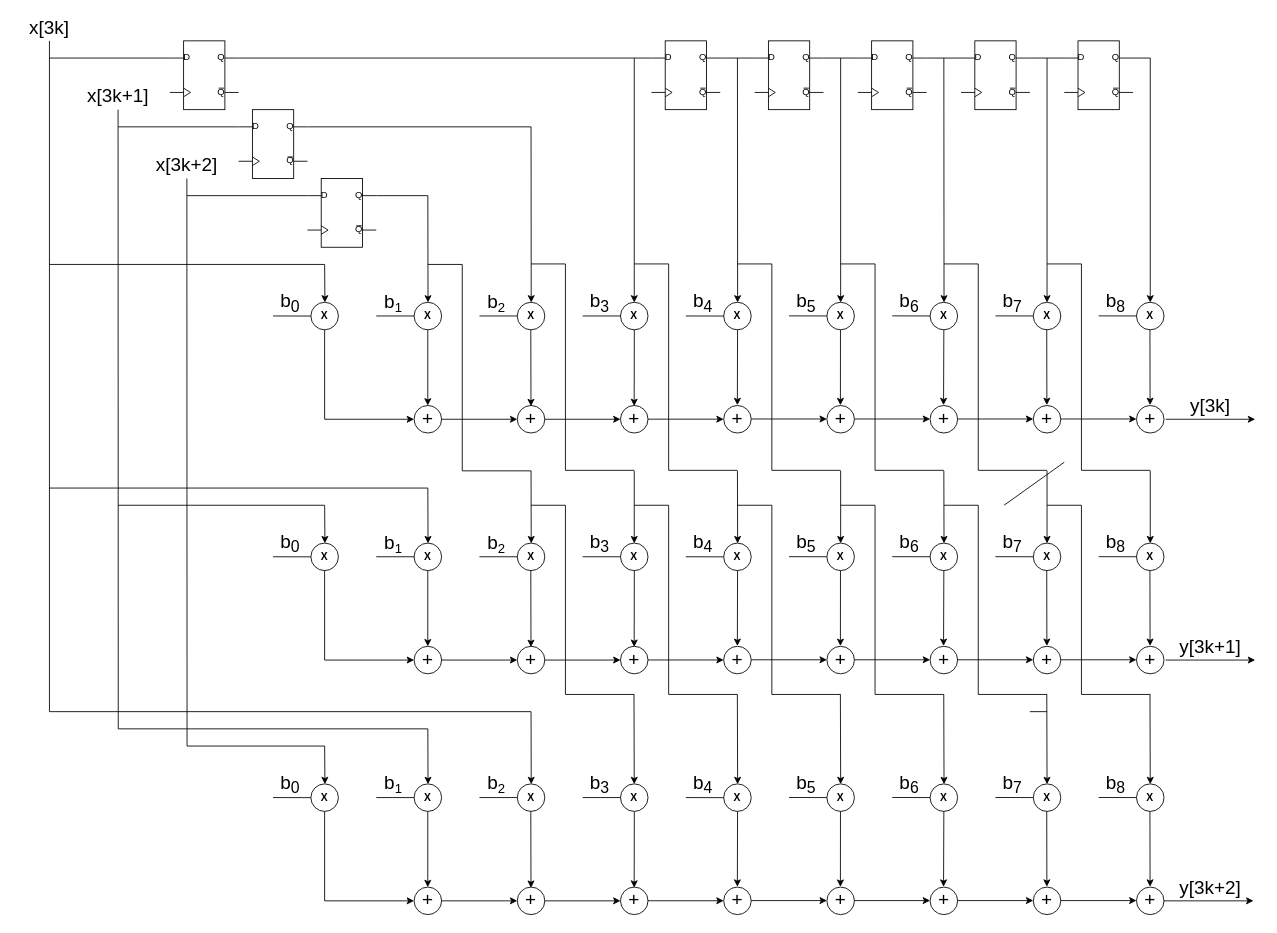
The draw.io diagram page "Fir unfolded" (2 of 2) of LAB1/fir_filter.drawio in notogp/Labs_ISA_Group26, before the edit. Source tidied: cells renumbered, new cells numbered last; positions are measured from the earlier drawing's top-left corner, leaving out a move shared by most shapes. Both pictures are drawn from the tidied source at 86%, with x=0, y=0 at pixel (15, 15).
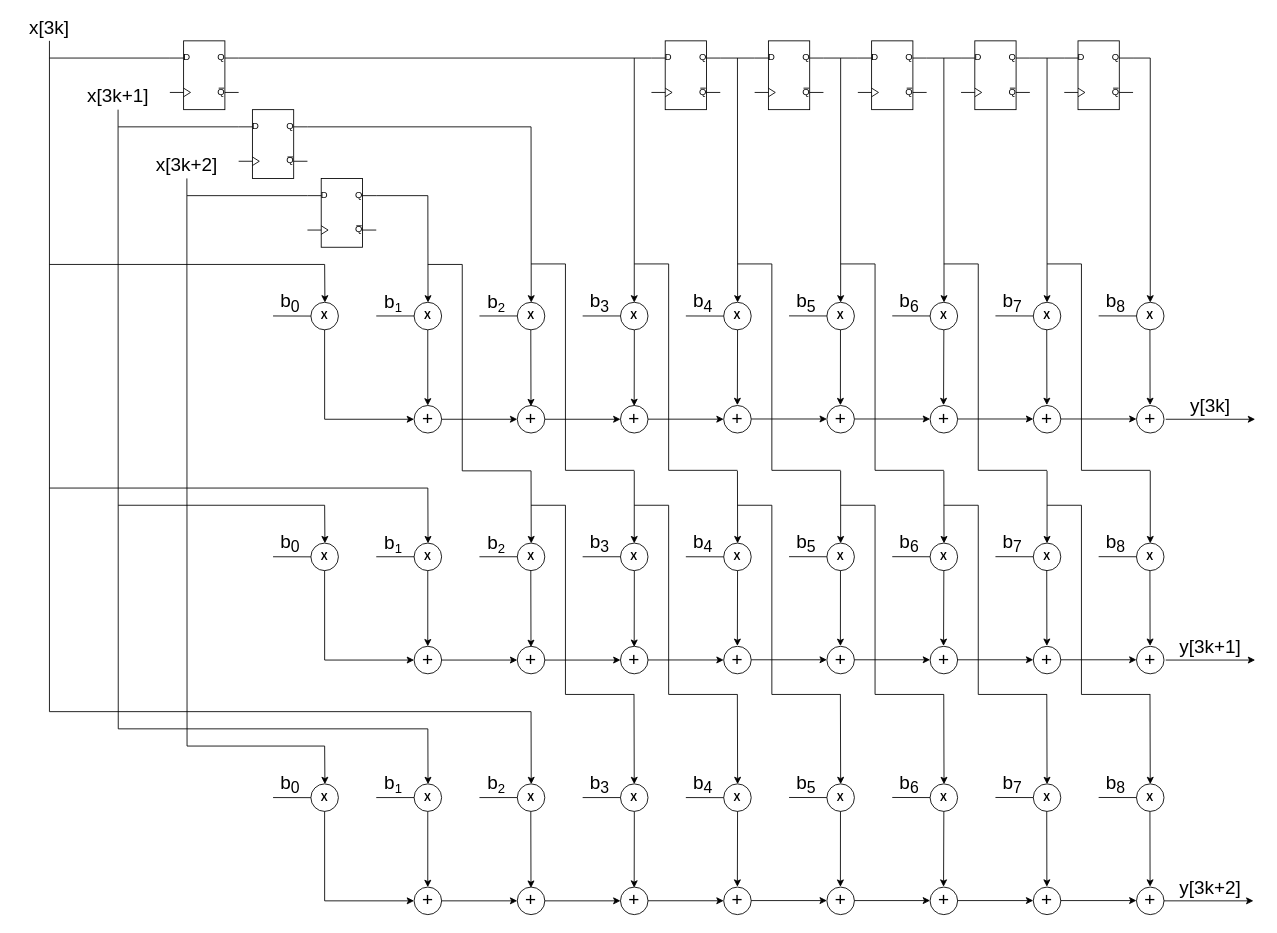
Above is the later version.

The edit, as a diff of the source:
```diff
@@
-    <mxCell id="123" style="endArrow=none;html=1;rounded=0;exitX=1;exitY=0.25;exitDx=0;exitDy=0;exitPerimeter=0;entryX=0;entryY=0.25;entryDx=0;entryDy=0;entryPerimeter=0;" parent="1" edge="1">
-      <mxGeometry relative="1" as="geometry">
-        <mxPoint x="1150" y="570" as="sourcePoint" />
-        <mxPoint x="1220" y="520" as="targetPoint" />
-      </mxGeometry>
-    </mxCell>
@@
-    <mxCell id="204" style="endArrow=none;html=1;rounded=0;exitX=1;exitY=0.25;exitDx=0;exitDy=0;exitPerimeter=0;entryX=0;entryY=0.25;entryDx=0;entryDy=0;entryPerimeter=0;" parent="1" edge="1">
-      <mxGeometry relative="1" as="geometry">
-        <mxPoint x="1180" y="810" as="sourcePoint" />
-        <mxPoint x="1200" y="810" as="targetPoint" />
-      </mxGeometry>
-    </mxCell>
```
